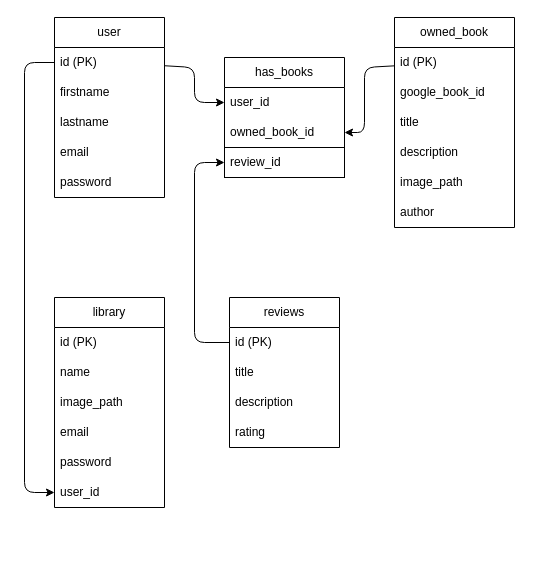
Before: docs/mcd.drawIO in cyrilplou/books-world, a draw.io diagram. Source tidied: cells renumbered, new cells numbered last; positions are measured from the earlier drawing's top-left corner, leaving out a move shared by most shapes. Both pictures are drawn from the tidied source at 100%, with x=0, y=0 at pixel (24, 17).
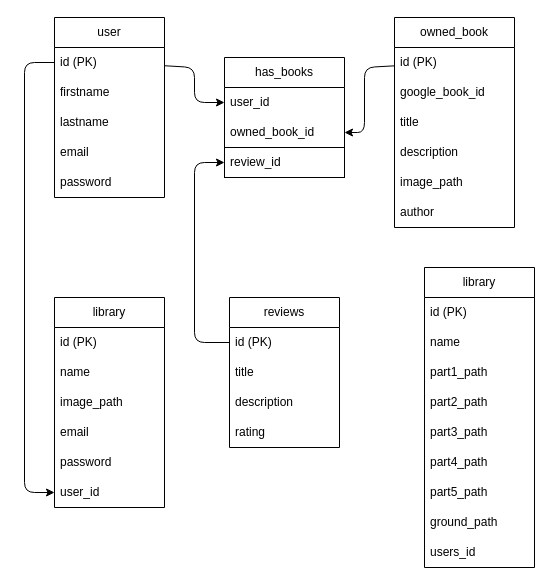
The same diagram, later.

Diff of the diagram source:
```diff
@@
+    <mxCell id="37" value="library" style="swimlane;fontStyle=0;horizontal=1;startSize=30;whiteSpace=wrap;html=1;" parent="1" vertex="1">
+      <mxGeometry x="400" y="250" width="110" height="300" as="geometry" />
+    </mxCell>
+    <mxCell id="38" value="id (PK)&lt;br&gt;" style="text;strokeColor=none;fillColor=none;align=left;verticalAlign=middle;spacingLeft=4;spacingRight=4;overflow=hidden;whiteSpace=wrap;html=1;" parent="37" vertex="1">
+      <mxGeometry y="30" width="110" height="30" as="geometry" />
+    </mxCell>
+    <mxCell id="39" value="name" style="text;strokeColor=none;fillColor=none;align=left;verticalAlign=middle;spacingLeft=4;spacingRight=4;overflow=hidden;whiteSpace=wrap;html=1;" parent="37" vertex="1">
+      <mxGeometry y="60" width="110" height="30" as="geometry" />
+    </mxCell>
+    <mxCell id="40" value="part1_path" style="text;strokeColor=none;fillColor=none;align=left;verticalAlign=middle;spacingLeft=4;spacingRight=4;overflow=hidden;whiteSpace=wrap;html=1;" parent="37" vertex="1">
+      <mxGeometry y="90" width="110" height="30" as="geometry" />
+    </mxCell>
+    <mxCell id="41" value="part2_path" style="text;strokeColor=none;fillColor=none;align=left;verticalAlign=middle;spacingLeft=4;spacingRight=4;overflow=hidden;whiteSpace=wrap;html=1;" parent="37" vertex="1">
+      <mxGeometry y="120" width="110" height="30" as="geometry" />
+    </mxCell>
+    <mxCell id="42" value="part3_path" style="text;strokeColor=none;fillColor=none;align=left;verticalAlign=middle;spacingLeft=4;spacingRight=4;overflow=hidden;whiteSpace=wrap;html=1;" parent="37" vertex="1">
+      <mxGeometry y="150" width="110" height="30" as="geometry" />
+    </mxCell>
+    <mxCell id="43" value="part4_path" style="text;strokeColor=none;fillColor=none;align=left;verticalAlign=middle;spacingLeft=4;spacingRight=4;overflow=hidden;whiteSpace=wrap;html=1;" parent="37" vertex="1">
+      <mxGeometry y="180" width="110" height="30" as="geometry" />
+    </mxCell>
+    <mxCell id="44" value="part5_path" style="text;strokeColor=none;fillColor=none;align=left;verticalAlign=middle;spacingLeft=4;spacingRight=4;overflow=hidden;whiteSpace=wrap;html=1;" parent="37" vertex="1">
+      <mxGeometry y="210" width="110" height="30" as="geometry" />
+    </mxCell>
+    <mxCell id="45" value="ground_path" style="text;strokeColor=none;fillColor=none;align=left;verticalAlign=middle;spacingLeft=4;spacingRight=4;overflow=hidden;whiteSpace=wrap;html=1;" parent="37" vertex="1">
+      <mxGeometry y="240" width="110" height="30" as="geometry" />
+    </mxCell>
+    <mxCell id="46" value="users_id" style="text;strokeColor=none;fillColor=none;align=left;verticalAlign=middle;spacingLeft=4;spacingRight=4;overflow=hidden;whiteSpace=wrap;html=1;" parent="37" vertex="1">
+      <mxGeometry y="270" width="110" height="30" as="geometry" />
+    </mxCell>
```
